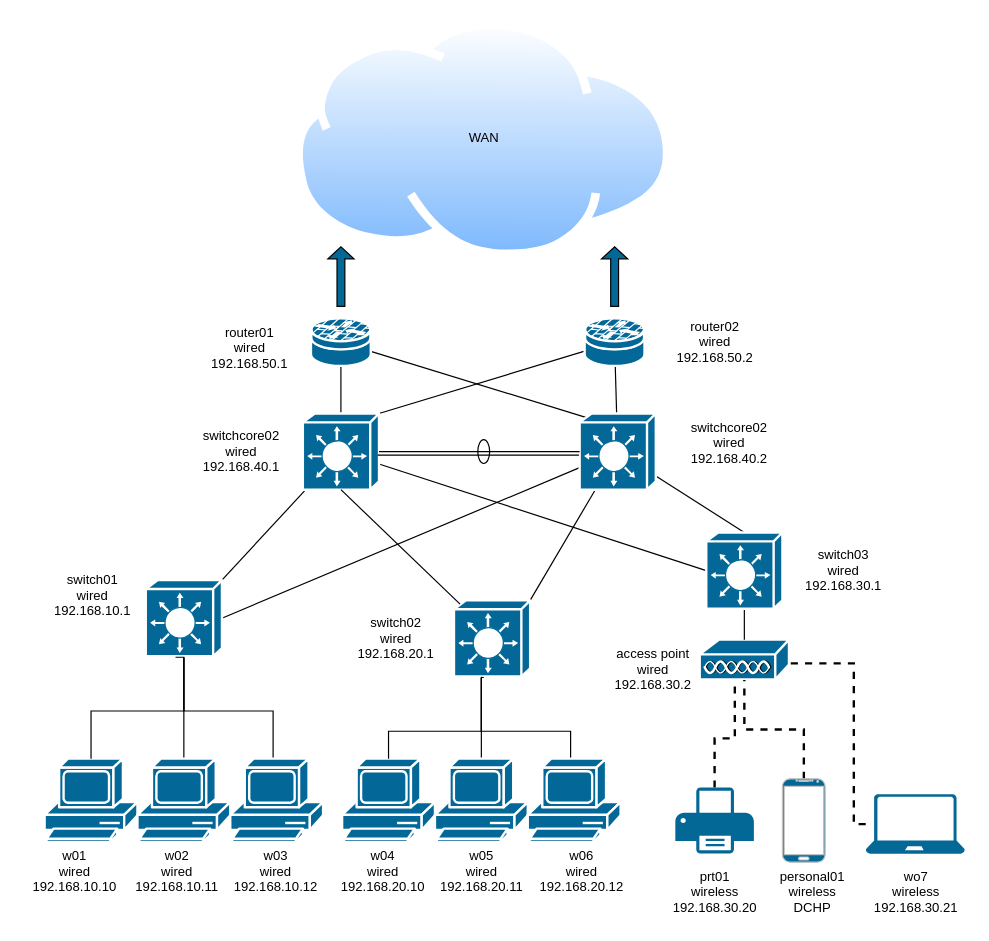
The draw.io diagram page "TIer2" (1 of 2) of SuperNetwork.drawio in Reaimua/Network-Architecture-Project, before the edit. Source tidied: cells renumbered, new cells numbered last; positions are measured from the earlier drawing's top-left corner, leaving out a move shared by most shapes. Both pictures are drawn from the tidied source at 119%, with x=0, y=0 at pixel (20, 20).
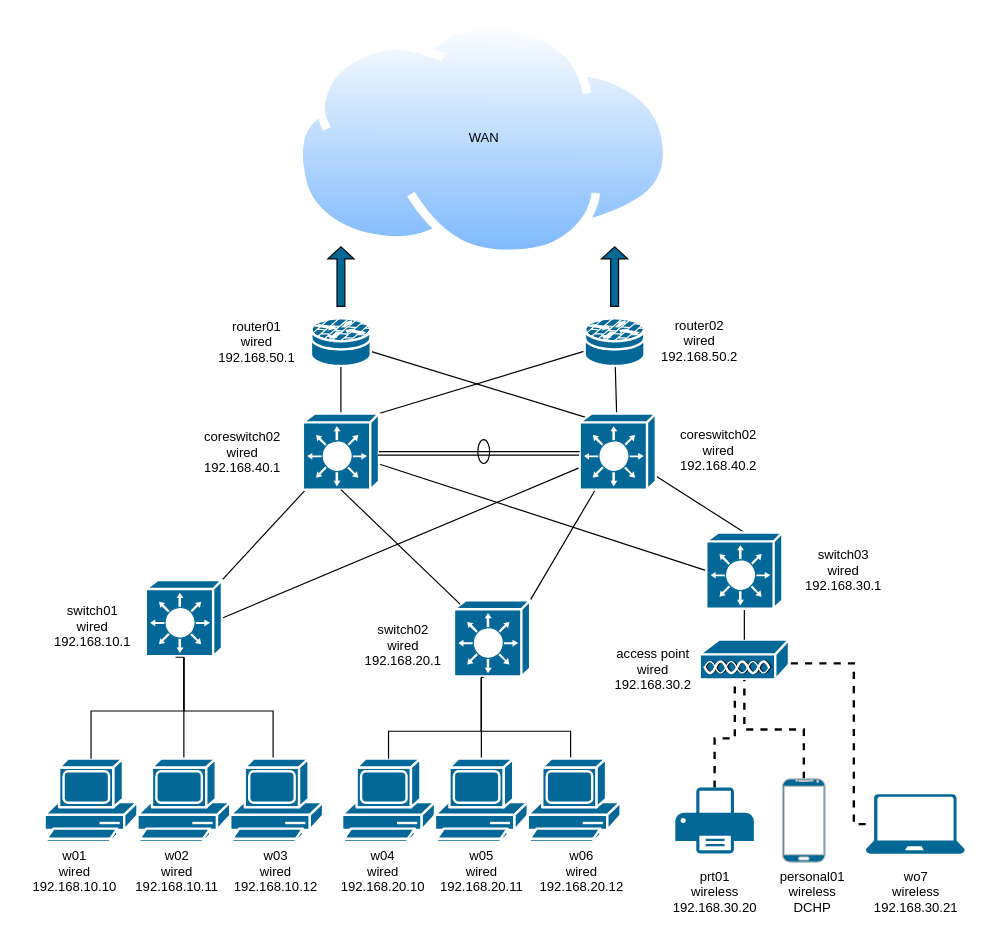
The same diagram, later.

Change to the diagram source:
```diff
@@
     <mxCell id="46" value="switch01&lt;br&gt;wired&lt;br&gt;192.168.10.1" style="text;html=1;align=center;verticalAlign=middle;strokeColor=none;fillColor=none;fontSize=11;fontFamily=Helvetica;fontColor=default;" parent="1" vertex="1">
-      <mxGeometry x="15" y="458" width="90" height="50" as="geometry" />
+      <mxGeometry x="15" y="484" width="90" height="50" as="geometry" />
     </mxCell>
     <mxCell id="47" value="switch02&lt;br&gt;wired&lt;br&gt;192.168.20.1" style="text;html=1;align=center;verticalAlign=middle;strokeColor=none;fillColor=none;fontSize=11;fontFamily=Helvetica;fontColor=default;" parent="1" vertex="1">
-      <mxGeometry x="270" y="494" width="90" height="50" as="geometry" />
+      <mxGeometry x="276" y="500" width="90" height="50" as="geometry" />
     </mxCell>
@@
-    <mxCell id="59" value="switchcore02&lt;br&gt;wired&lt;br&gt;192.168.40.2" style="text;html=1;align=center;verticalAlign=middle;strokeColor=none;fillColor=none;fontSize=11;fontFamily=Helvetica;fontColor=default;" parent="1" vertex="1">
-      <mxGeometry x="550" y="330" width="90" height="50" as="geometry" />
+    <mxCell id="59" value="coreswitch02&lt;br&gt;wired&lt;br&gt;192.168.40.2" style="text;html=1;align=center;verticalAlign=middle;strokeColor=none;fillColor=none;fontSize=11;fontFamily=Helvetica;fontColor=default;" parent="1" vertex="1">
+      <mxGeometry x="544" y="334" width="83" height="53" as="geometry" />
     </mxCell>
-    <mxCell id="60" value="switchcore02&lt;br&gt;wired&lt;br&gt;192.168.40.1" style="text;html=1;align=center;verticalAlign=middle;strokeColor=none;fillColor=none;fontSize=11;fontFamily=Helvetica;fontColor=default;" parent="1" vertex="1">
-      <mxGeometry x="140" y="337" width="90" height="50" as="geometry" />
+    <mxCell id="60" value="coreswitch02&lt;br&gt;wired&lt;br&gt;192.168.40.1" style="text;html=1;align=center;verticalAlign=middle;strokeColor=none;fillColor=none;fontSize=11;fontFamily=Helvetica;fontColor=default;" parent="1" vertex="1">
+      <mxGeometry x="144" y="336" width="83" height="53" as="geometry" />
     </mxCell>
     <mxCell id="61" value="router01&lt;br&gt;wired&lt;br&gt;192.168.50.1" style="text;html=1;align=center;verticalAlign=middle;strokeColor=none;fillColor=none;fontSize=11;fontFamily=Helvetica;fontColor=default;" parent="1" vertex="1">
-      <mxGeometry x="147" y="250" width="90" height="50" as="geometry" />
+      <mxGeometry x="153" y="245" width="90" height="50" as="geometry" />
     </mxCell>
     <mxCell id="62" value="router02&lt;br&gt;wired&lt;br&gt;192.168.50.2" style="text;html=1;align=center;verticalAlign=middle;strokeColor=none;fillColor=none;fontSize=11;fontFamily=Helvetica;fontColor=default;" parent="1" vertex="1">
-      <mxGeometry x="538" y="245" width="90" height="50" as="geometry" />
+      <mxGeometry x="525" y="244" width="90" height="50" as="geometry" />
     </mxCell>
```
